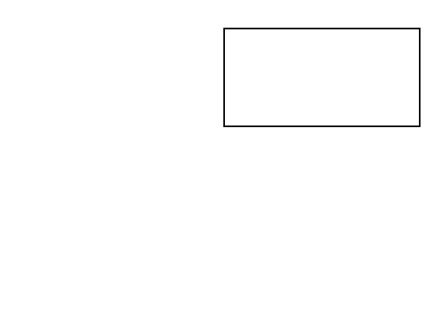
This is Unavngivet diagram.drawio from pilsner91/SEP3, a draw.io file, before an edit. Source tidied: cells renumbered, new cells numbered last; positions are measured from the earlier drawing's top-left corner, leaving out a move shared by most shapes. Both pictures are drawn from the tidied source at 163%, with x=0, y=0 at pixel (223, 28).
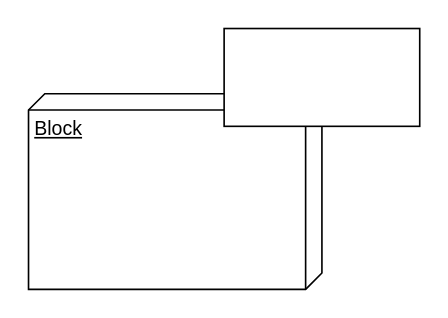
Above is the later version.

What changed in the source:
```diff
@@
 <mxGraphModel>
   <root>
     <mxCell id="0" />
     <mxCell id="1" parent="0" />
+    <mxCell id="3" value="Block" style="verticalAlign=top;align=left;spacingTop=8;spacingLeft=2;spacingRight=12;shape=cube;size=10;direction=south;fontStyle=4;html=1;" parent="1" vertex="1">
+      <mxGeometry x="-120" y="40" width="180" height="120" as="geometry" />
+    </mxCell>
     <mxCell id="2" style="rounded=0;whiteSpace=wrap;html=1;" parent="1" vertex="1">
       <mxGeometry width="120" height="60" as="geometry" />
     </mxCell>
   </root>
 </mxGraphModel>
```
